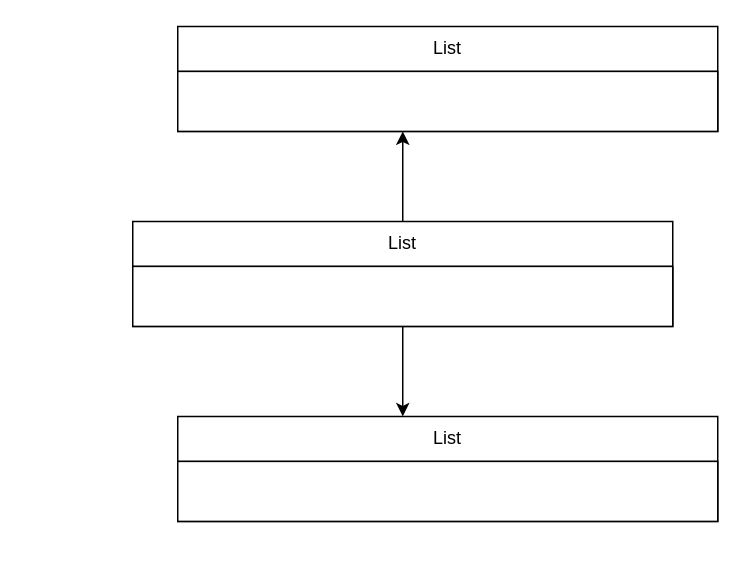
This is ex.drawio from k111s222/knix-decision-tree, a draw.io file, before an edit. Source tidied: cells renumbered, new cells numbered last; positions are measured from the earlier drawing's top-left corner, leaving out a move shared by most shapes. Both pictures are drawn from the tidied source at 150%, with x=0, y=0 at pixel (132, 26).
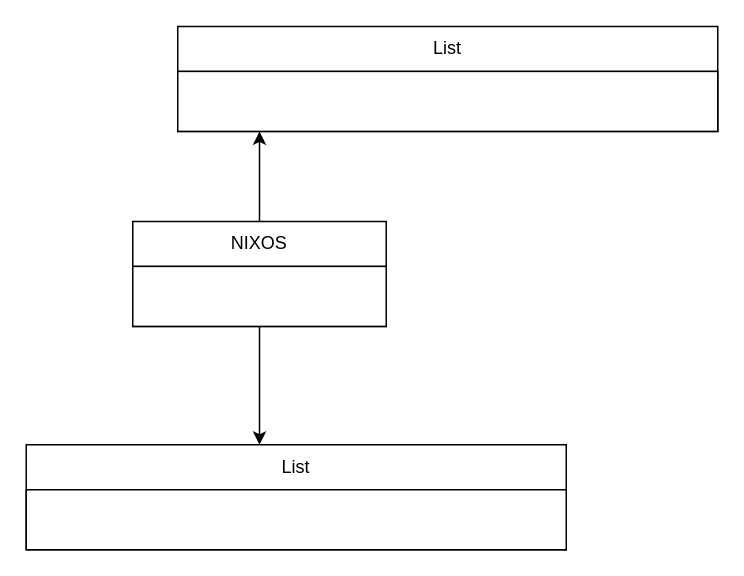
Above is the later version.

The edit, as a diff of the source:
```diff
@@
 <mxGraphModel>
   <root>
     <mxCell id="0" />
     <mxCell id="1" parent="0" />
     <mxCell id="2" style="edgeStyle=orthogonalEdgeStyle;rounded=0;jettySize=auto;html=1;noEdgeStyle=1;orthogonal=1;" parent="1" edge="1" source="4" target="8">
       <mxGeometry relative="1" as="geometry" />
     </mxCell>
     <mxCell id="3" style="edgeStyle=orthogonalEdgeStyle;rounded=0;jettySize=auto;html=1;noEdgeStyle=1;orthogonal=1;" parent="1" edge="1" source="4" target="6">
       <mxGeometry relative="1" as="geometry" />
     </mxCell>
-    <mxCell id="4" value="List" style="swimlane;fontStyle=0;horizontal=1;startSize=30;whiteSpace=wrap;html=1;" parent="1" vertex="1">
-      <mxGeometry y="130.1" width="360" height="70" as="geometry" />
+    <mxCell id="4" value="NIXOS" style="swimlane;fontStyle=0;horizontal=1;startSize=30;whiteSpace=wrap;html=1;" parent="1" vertex="1">
+      <mxGeometry y="130.1" width="169" height="70" as="geometry" />
     </mxCell>
     <mxCell id="5" style="rounded=0;whiteSpace=wrap;html=1;" parent="4" vertex="1">
-      <mxGeometry y="30" width="360" height="40" as="geometry" />
+      <mxGeometry y="30" width="169" height="40" as="geometry" />
     </mxCell>
     <mxCell id="6" value="List" style="swimlane;fontStyle=0;horizontal=1;startSize=30;whiteSpace=wrap;html=1;" parent="1" vertex="1">
       <mxGeometry x="30" y="0.1" width="360" height="70" as="geometry" />
     </mxCell>
     <mxCell id="7" style="rounded=0;whiteSpace=wrap;html=1;" parent="6" vertex="1">
       <mxGeometry y="30" width="360" height="40" as="geometry" />
     </mxCell>
     <mxCell id="8" value="List" style="swimlane;fontStyle=0;horizontal=1;startSize=30;whiteSpace=wrap;html=1;" parent="1" vertex="1">
-      <mxGeometry x="30" y="260.1" width="360" height="70" as="geometry" />
+      <mxGeometry x="-71" y="279" width="360" height="70" as="geometry" />
     </mxCell>
     <mxCell id="9" style="rounded=0;whiteSpace=wrap;html=1;" parent="8" vertex="1">
       <mxGeometry y="30" width="360" height="40" as="geometry" />
     </mxCell>
   </root>
 </mxGraphModel>
```
